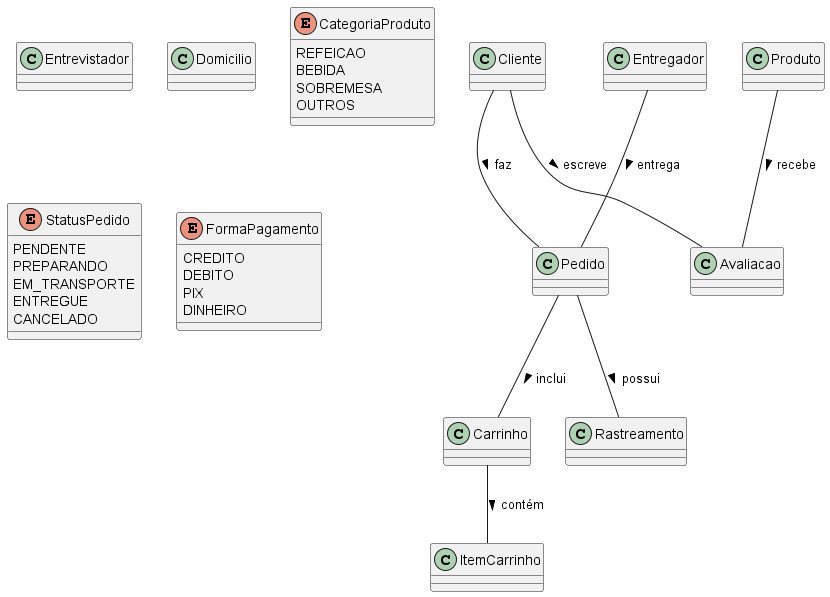
The PlantUML diagram docs/assets/diagrama_de_classe/DiagramaDeClasses_IlhaDelivery.png in Projetos-de-Extensao/2025.1_01_IlhaDelivery, before a commit.
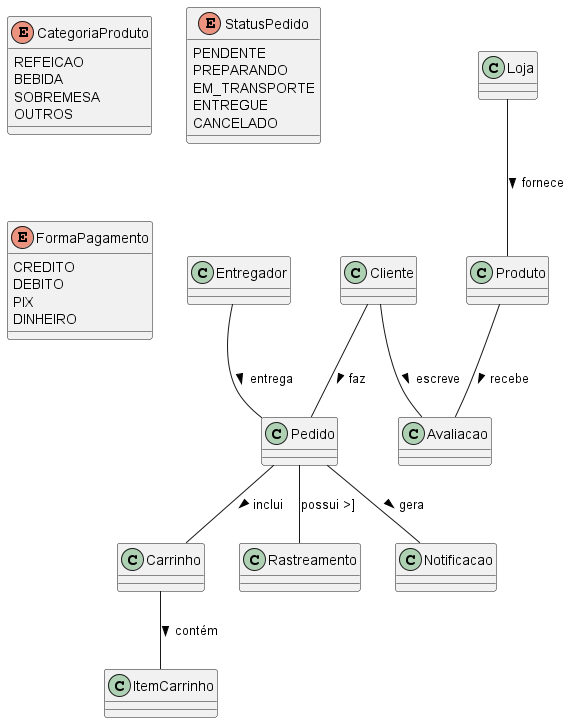
Above is the later version.

Change to the diagram source:
```diff
@@ -1,9 +1,4 @@
 @startuml DiagramaDeClasses_IlhaDelivery
-class Entrevistador {
-}
-
-class Domicilio {
-}
 
 class Cliente {
 }
@@ -27,6 +22,10 @@
 }
 
 class Rastreamento {
+}
+
+class Loja{
+
 }
 
 
@@ -56,7 +55,9 @@
 Cliente  --  Avaliacao : escreve >
 Carrinho  --  ItemCarrinho : contém >
 Pedido  --  Carrinho : inclui >
-Pedido  --  Rastreamento : possui >
+Pedido -- Notificacao : gera >
+Pedido  --  Rastreamento : possui >]
+Loja -- Produto : fornece >
 Produto  --  Avaliacao : recebe >
 Entregador  --  Pedido : entrega >
 @enduml
```
